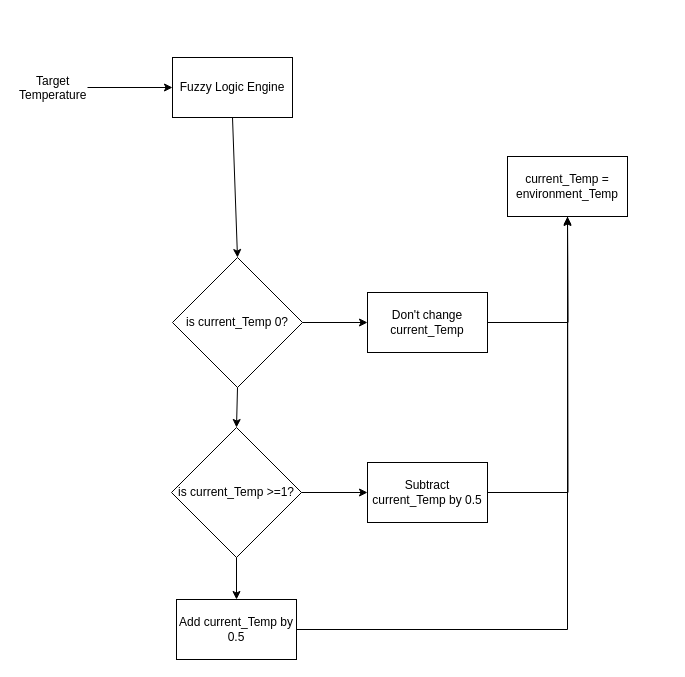
MonaJea-Ng/Projects keeps this draw.io diagram as Thermal Control.drawio. Above is the earlier version. Source tidied: cells renumbered, new cells numbered last; positions are measured from the earlier drawing's top-left corner, leaving out a move shared by most shapes. Both pictures are drawn from the tidied source at 100%, with x=0, y=0 at pixel (17, 57).
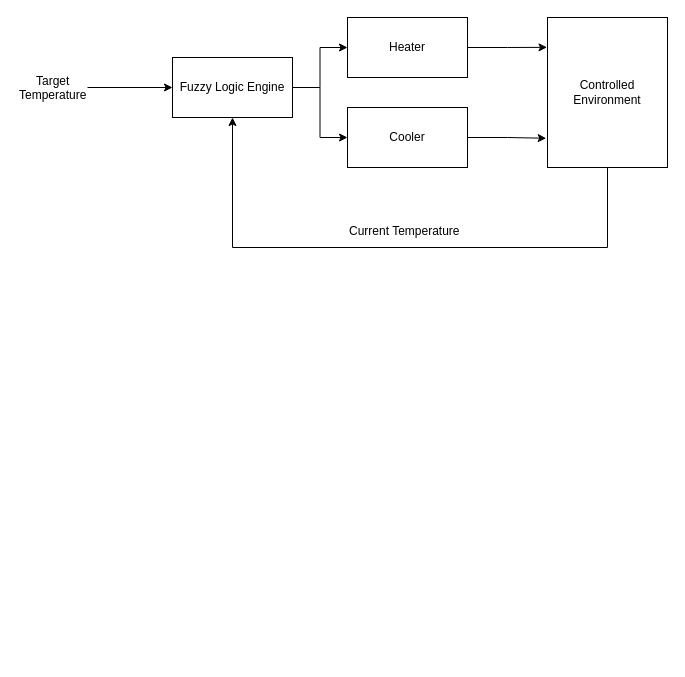
After the change.

Unchanged cells that the change refers to:
```xml
<mxCell id="3" value="Fuzzy Logic Engine" style="rounded=0;whiteSpace=wrap;html=1;" parent="1" vertex="1">
  <mxGeometry x="155" width="120" height="60" as="geometry" />
</mxCell>
```

Change to the diagram source:
```diff
@@
-    <mxCell id="2" value="is current_Temp 0?" style="rhombus;whiteSpace=wrap;html=1;" parent="1" vertex="1">
-      <mxGeometry x="155" y="200" width="130" height="130" as="geometry" />
-    </mxCell>
+    <mxCell id="19" style="edgeStyle=orthogonalEdgeStyle;rounded=0;jettySize=auto;html=1;exitX=1;exitY=0.5;exitDx=0;exitDy=0;entryX=0;entryY=0.5;entryDx=0;entryDy=0;" parent="1" edge="1" source="3" target="5">
+      <mxGeometry relative="1" as="geometry" />
+    </mxCell>
+    <mxCell id="20" style="edgeStyle=orthogonalEdgeStyle;rounded=0;jettySize=auto;html=1;exitX=1;exitY=0.5;exitDx=0;exitDy=0;entryX=0;entryY=0.5;entryDx=0;entryDy=0;" parent="1" edge="1" source="3" target="22">
+      <mxGeometry relative="1" as="geometry" />
+    </mxCell>
@@
-    <mxCell id="4" style="edgeStyle=orthogonalEdgeStyle;rounded=0;jettySize=auto;html=1;exitX=1;exitY=0.5;exitDx=0;exitDy=0;" parent="1" edge="1" source="5">
-      <mxGeometry relative="1" as="geometry">
-        <mxPoint x="550" y="150" as="targetPoint" />
-      </mxGeometry>
-    </mxCell>
-    <mxCell id="5" value="Don't change current_Temp" style="rounded=0;whiteSpace=wrap;html=1;" parent="1" vertex="1">
-      <mxGeometry x="350" y="235" width="120" height="60" as="geometry" />
+    <mxCell id="5" value="Heater" style="rounded=0;whiteSpace=wrap;html=1;" parent="1" vertex="1">
+      <mxGeometry x="330" y="-40" width="120" height="60" as="geometry" />
     </mxCell>
-    <mxCell id="6" style="edgeStyle=orthogonalEdgeStyle;rounded=0;jettySize=auto;html=1;exitX=1;exitY=0.5;exitDx=0;exitDy=0;" parent="1" edge="1" source="7">
-      <mxGeometry relative="1" as="geometry">
-        <mxPoint x="550" y="160" as="targetPoint" />
-      </mxGeometry>
-    </mxCell>
-    <mxCell id="7" value="Subtract current_Temp by 0.5" style="rounded=0;whiteSpace=wrap;html=1;" parent="1" vertex="1">
-      <mxGeometry x="350" y="405" width="120" height="60" as="geometry" />
-    </mxCell>
-    <mxCell id="8" value="is current_Temp &amp;gt;=1?" style="rhombus;whiteSpace=wrap;html=1;" parent="1" vertex="1">
-      <mxGeometry x="154" y="370" width="130" height="130" as="geometry" />
-    </mxCell>
-    <mxCell id="9" style="edgeStyle=orthogonalEdgeStyle;rounded=0;jettySize=auto;html=1;exitX=1;exitY=0.5;exitDx=0;exitDy=0;entryX=0.5;entryY=1;entryDx=0;entryDy=0;" parent="1" edge="1" source="10" target="11">
-      <mxGeometry relative="1" as="geometry">
-        <Array as="points">
-          <mxPoint x="550" y="572" />
-        </Array>
-      </mxGeometry>
-    </mxCell>
-    <mxCell id="10" value="Add current_Temp by 0.5" style="rounded=0;whiteSpace=wrap;html=1;" parent="1" vertex="1">
-      <mxGeometry x="159" y="542" width="120" height="60" as="geometry" />
-    </mxCell>
+    <mxCell id="21" style="edgeStyle=orthogonalEdgeStyle;rounded=0;jettySize=auto;html=1;exitX=0.5;exitY=1;exitDx=0;exitDy=0;entryX=0.5;entryY=1;entryDx=0;entryDy=0;" parent="1" edge="1" source="11" target="3">
+      <mxGeometry relative="1" as="geometry">
+        <Array as="points">
+          <mxPoint x="590" y="190" />
+          <mxPoint x="215" y="190" />
+        </Array>
+      </mxGeometry>
+    </mxCell>
-    <mxCell id="11" value="current_Temp = environment_Temp" style="rounded=0;whiteSpace=wrap;html=1;" parent="1" vertex="1">
-      <mxGeometry x="490" y="99" width="120" height="60" as="geometry" />
+    <mxCell id="11" value="Controlled Environment" style="rounded=0;whiteSpace=wrap;html=1;" parent="1" vertex="1">
+      <mxGeometry x="530" y="-40" width="120" height="150" as="geometry" />
     </mxCell>
@@
-    <mxCell id="13" style="endArrow=classic;html=1;rounded=0;exitX=0.5;exitY=1;exitDx=0;exitDy=0;entryX=0.5;entryY=0;entryDx=0;entryDy=0;" parent="1" edge="1" source="3" target="2">
-      <mxGeometry relative="1" as="geometry" />
-    </mxCell>
-    <mxCell id="14" style="endArrow=classic;html=1;rounded=0;exitX=0.5;exitY=1;exitDx=0;exitDy=0;entryX=0.5;entryY=0;entryDx=0;entryDy=0;" parent="1" edge="1" source="2" target="8">
-      <mxGeometry relative="1" as="geometry" />
-    </mxCell>
-    <mxCell id="15" style="endArrow=classic;html=1;rounded=0;exitX=0.5;exitY=1;exitDx=0;exitDy=0;entryX=0.5;entryY=0;entryDx=0;entryDy=0;" parent="1" edge="1" source="8" target="10">
-      <mxGeometry relative="1" as="geometry" />
-    </mxCell>
-    <mxCell id="16" style="endArrow=classic;html=1;rounded=0;exitX=1;exitY=0.5;exitDx=0;exitDy=0;entryX=0;entryY=0.5;entryDx=0;entryDy=0;" parent="1" edge="1" source="8" target="7">
-      <mxGeometry relative="1" as="geometry" />
-    </mxCell>
-    <mxCell id="17" style="endArrow=classic;html=1;rounded=0;exitX=1;exitY=0.5;exitDx=0;exitDy=0;entryX=0;entryY=0.5;entryDx=0;entryDy=0;" parent="1" edge="1" source="2" target="5">
-      <mxGeometry relative="1" as="geometry" />
-    </mxCell>
@@
+    <mxCell id="22" value="Cooler" style="rounded=0;whiteSpace=wrap;html=1;" parent="1" vertex="1">
+      <mxGeometry x="330" y="50" width="120" height="60" as="geometry" />
+    </mxCell>
+    <mxCell id="23" style="edgeStyle=orthogonalEdgeStyle;rounded=0;jettySize=auto;html=1;exitX=1;exitY=0.5;exitDx=0;exitDy=0;entryX=-0.004;entryY=0.199;entryDx=0;entryDy=0;entryPerimeter=0;" parent="1" edge="1" source="5" target="11">
+      <mxGeometry relative="1" as="geometry" />
+    </mxCell>
+    <mxCell id="24" style="edgeStyle=orthogonalEdgeStyle;rounded=0;jettySize=auto;html=1;exitX=1;exitY=0.5;exitDx=0;exitDy=0;entryX=-0.011;entryY=0.805;entryDx=0;entryDy=0;entryPerimeter=0;" parent="1" edge="1" source="22" target="11">
+      <mxGeometry relative="1" as="geometry" />
+    </mxCell>
+    <mxCell id="25" value="&lt;div style=&quot;text-align: center;&quot;&gt;&lt;span style=&quot;background-color: initial;&quot;&gt;Current Temperature&lt;/span&gt;&lt;/div&gt;" style="text;whiteSpace=wrap;html=1;" parent="1" vertex="1">
+      <mxGeometry x="330" y="160" width="150" height="40" as="geometry" />
+    </mxCell>
```
